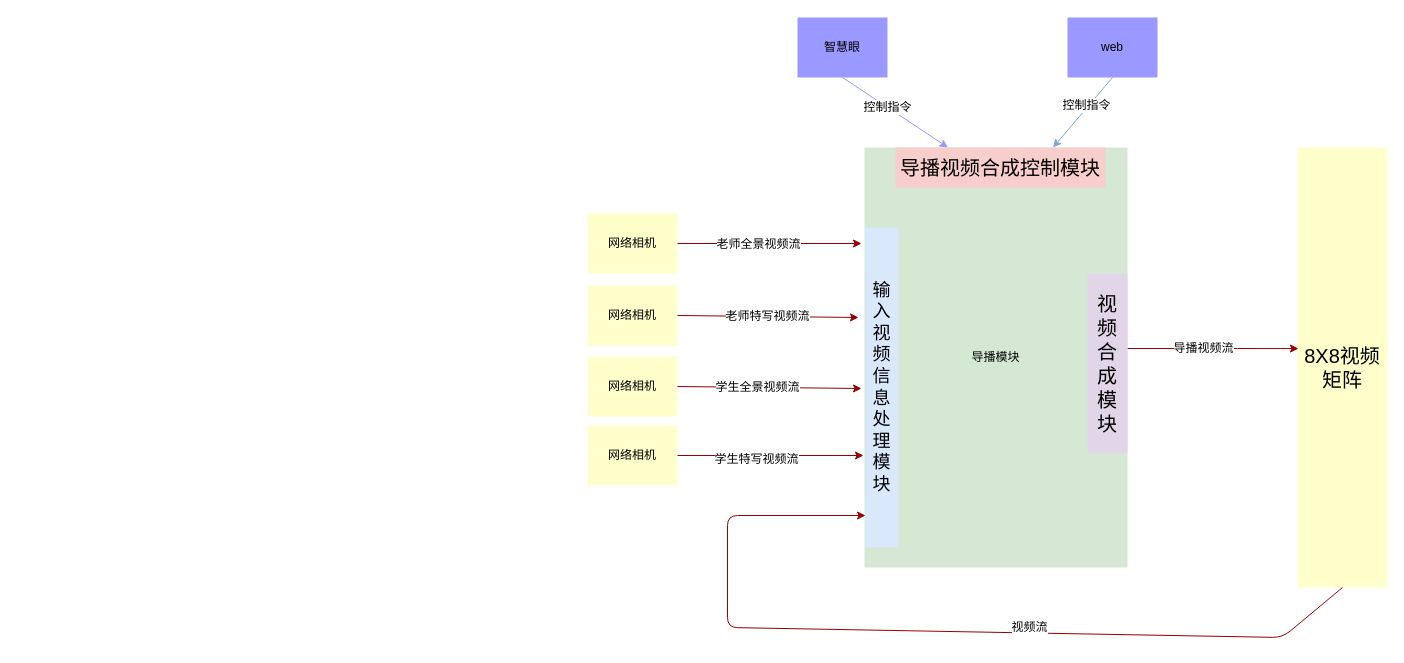
Before: 大智小慧导播工作示意图.drawio in huangPeiLc/drawio, a draw.io diagram. Source tidied: cells renumbered, new cells numbered last; positions are measured from the earlier drawing's top-left corner, leaving out a move shared by most shapes. Both pictures are drawn from the tidied source at 100%, with x=0, y=0 at pixel (361, 17).
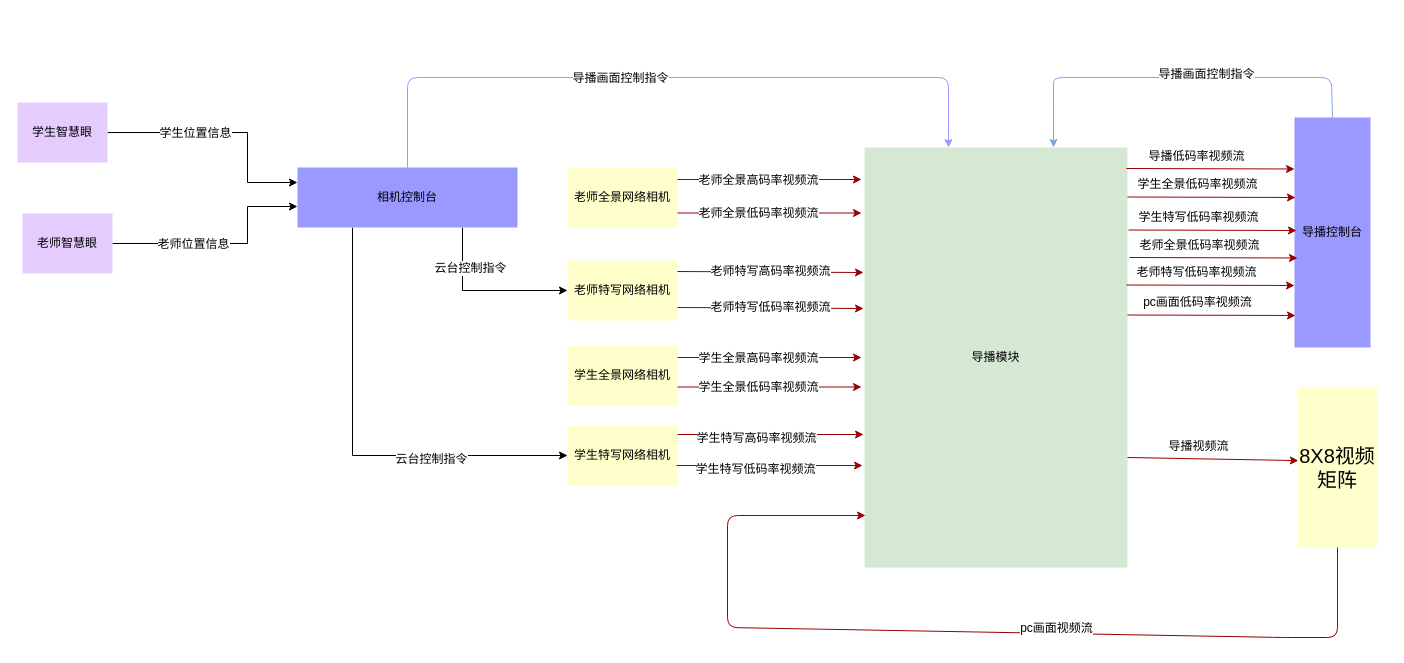
Above is the later version.

Commit message (it also covers changes not shown here):
Update 大智小慧导播工作示意图.drawio

Unchanged cells that the change refers to:
```xml
<mxCell id="2" value="导播模块" style="rounded=0;whiteSpace=wrap;strokeColor=none;strokeWidth=2;fillColor=#d5e8d4;fontStyle=0;html=1;" parent="1" vertex="1">
  <mxGeometry x="503" y="130" width="263" height="420" as="geometry" />
</mxCell>
```

The edit, as a diff of the source:
```diff
@@
-    <mxCell id="3" value="网络相机" style="whiteSpace=wrap;align=center;verticalAlign=middle;fontStyle=0;strokeWidth=3;fillColor=#FFFFCC;strokeColor=none;html=1;" parent="1" vertex="1">
-      <mxGeometry x="226" y="196" width="90" height="60" as="geometry" />
+    <mxCell id="3" value="老师全景网络相机" style="whiteSpace=wrap;align=center;verticalAlign=middle;fontStyle=0;strokeWidth=3;fillColor=#FFFFCC;strokeColor=none;html=1;" parent="1" vertex="1">
+      <mxGeometry x="206" y="150" width="110" height="60" as="geometry" />
     </mxCell>
-    <mxCell id="4" style="endArrow=classic;exitX=1;exitY=0.5;exitDx=0;exitDy=0;strokeColor=#990000;fontStyle=0;html=1;" parent="1" edge="1" source="3">
+    <mxCell id="4" style="endArrow=classic;exitX=1;exitY=0.5;exitDx=0;exitDy=0;strokeColor=#990000;fontStyle=0;html=1;" parent="1" edge="1">
       <mxGeometry relative="1" as="geometry">
-        <mxPoint x="500" y="226" as="targetPoint" />
+        <mxPoint x="316" y="162" as="sourcePoint" />
+        <mxPoint x="500" y="162" as="targetPoint" />
       </mxGeometry>
     </mxCell>
-    <mxCell id="5" value="老师全景视频流" style="text;html=1;align=center;verticalAlign=middle;labelBackgroundColor=#ffffff;" parent="4" vertex="1">
+    <mxCell id="5" value="老师全景高码率视频流" style="text;html=1;align=center;verticalAlign=middle;labelBackgroundColor=#ffffff;" parent="4" vertex="1">
       <mxGeometry x="-0.14" y="-2" relative="1" as="geometry">
         <mxPoint x="1" y="-2" as="offset" />
       </mxGeometry>
     </mxCell>
@@
-    <mxCell id="7" value="网络相机" style="whiteSpace=wrap;align=center;verticalAlign=middle;fontStyle=0;strokeWidth=3;fillColor=#FFFFCC;strokeColor=none;html=1;" parent="1" vertex="1">
-      <mxGeometry x="226" y="268" width="90" height="60" as="geometry" />
+    <mxCell id="7" value="老师特写网络相机" style="whiteSpace=wrap;align=center;verticalAlign=middle;fontStyle=0;strokeWidth=3;fillColor=#FFFFCC;strokeColor=none;html=1;" parent="1" vertex="1">
+      <mxGeometry x="206" y="243" width="110" height="60" as="geometry" />
     </mxCell>
-    <mxCell id="8" style="endArrow=classic;entryX=-0.022;entryY=0.269;entryDx=0;entryDy=0;exitX=1;exitY=0.5;exitDx=0;exitDy=0;strokeColor=#990000;entryPerimeter=0;fontStyle=0;html=1;" parent="1" edge="1" source="7">
+    <mxCell id="8" style="endArrow=classic;entryX=-0.004;entryY=0.343;entryDx=0;entryDy=0;exitX=1;exitY=0.5;exitDx=0;exitDy=0;strokeColor=#990000;entryPerimeter=0;fontStyle=0;html=1;" parent="1" edge="1">
       <mxGeometry relative="1" as="geometry">
-        <mxPoint x="497" y="300" as="targetPoint" />
+        <mxPoint x="316" y="254" as="sourcePoint" />
+        <mxPoint x="502" y="255" as="targetPoint" />
       </mxGeometry>
     </mxCell>
-    <mxCell id="9" value="老师特写视频流" style="text;html=1;align=center;verticalAlign=middle;labelBackgroundColor=#ffffff;" parent="8" vertex="1">
+    <mxCell id="9" value="老师特写高码率视频流" style="text;html=1;align=center;verticalAlign=middle;labelBackgroundColor=#ffffff;" parent="8" vertex="1">
       <mxGeometry x="0.22" y="-2" relative="1" as="geometry">
         <mxPoint x="-20" y="-3" as="offset" />
       </mxGeometry>
     </mxCell>
-    <mxCell id="10" value="网络相机" style="whiteSpace=wrap;align=center;verticalAlign=middle;fontStyle=0;strokeWidth=3;fillColor=#FFFFCC;strokeColor=none;html=1;" parent="1" vertex="1">
-      <mxGeometry x="226" y="339" width="90" height="60" as="geometry" />
+    <mxCell id="10" value="学生全景网络相机" style="whiteSpace=wrap;align=center;verticalAlign=middle;fontStyle=0;strokeWidth=3;fillColor=#FFFFCC;strokeColor=none;html=1;" parent="1" vertex="1">
+      <mxGeometry x="206" y="328" width="110" height="60" as="geometry" />
     </mxCell>
-    <mxCell id="11" style="endArrow=classic;entryX=-0.011;entryY=0.467;entryDx=0;entryDy=0;exitX=1;exitY=0.5;exitDx=0;exitDy=0;strokeColor=#990000;entryPerimeter=0;fontStyle=0;html=1;" parent="1" edge="1" source="10">
+    <mxCell id="11" style="endArrow=classic;exitX=1;exitY=0.5;exitDx=0;exitDy=0;strokeColor=#990000;fontStyle=0;html=1;" parent="1" edge="1">
       <mxGeometry relative="1" as="geometry">
-        <mxPoint x="500" y="371" as="targetPoint" />
+        <mxPoint x="316" y="340" as="sourcePoint" />
+        <mxPoint x="500" y="340" as="targetPoint" />
       </mxGeometry>
     </mxCell>
@@
-    <mxCell id="13" value="学生全景视频流" style="text;html=1;align=center;verticalAlign=middle;labelBackgroundColor=#ffffff;" parent="11" vertex="1">
+    <mxCell id="13" value="学生全景高码率视频流" style="text;html=1;align=center;verticalAlign=middle;labelBackgroundColor=#ffffff;" parent="11" vertex="1">
       <mxGeometry x="-0.13" relative="1" as="geometry" />
     </mxCell>
-    <mxCell id="14" value="网络相机" style="whiteSpace=wrap;align=center;verticalAlign=middle;fontStyle=0;strokeWidth=3;fillColor=#FFFFCC;strokeColor=none;html=1;" parent="1" vertex="1">
-      <mxGeometry x="226" y="408" width="90" height="60" as="geometry" />
+    <mxCell id="14" value="学生特写网络相机" style="whiteSpace=wrap;align=center;verticalAlign=middle;fontStyle=0;strokeWidth=3;fillColor=#FFFFCC;strokeColor=none;html=1;" parent="1" vertex="1">
+      <mxGeometry x="206" y="408" width="110" height="60" as="geometry" />
     </mxCell>
-    <mxCell id="15" style="endArrow=classic;exitX=1;exitY=0.5;exitDx=0;exitDy=0;strokeColor=#990000;fontStyle=0;html=1;" parent="1" edge="1" source="14">
+    <mxCell id="15" style="endArrow=classic;exitX=1;exitY=0.5;exitDx=0;exitDy=0;strokeColor=#990000;fontStyle=0;html=1;" parent="1" edge="1">
       <mxGeometry relative="1" as="geometry">
-        <mxPoint x="502" y="438" as="targetPoint" />
+        <mxPoint x="316" y="417" as="sourcePoint" />
+        <mxPoint x="502" y="417" as="targetPoint" />
       </mxGeometry>
     </mxCell>
-    <mxCell id="16" value="学生特写视频流" style="text;html=1;align=center;verticalAlign=middle;labelBackgroundColor=#ffffff;" parent="15" vertex="1">
+    <mxCell id="16" value="学生特写高码率视频流" style="text;html=1;align=center;verticalAlign=middle;labelBackgroundColor=#ffffff;" parent="15" vertex="1">
       <mxGeometry x="-0.16" y="-3" relative="1" as="geometry" />
     </mxCell>
     <mxCell id="17" value="8X8视频矩阵" style="whiteSpace=wrap;align=center;verticalAlign=middle;fontStyle=0;strokeWidth=3;fillColor=#FFFFCC;strokeColor=none;html=1;fontSize=20;" parent="1" vertex="1">
-      <mxGeometry x="936" y="130" width="90" height="440" as="geometry" />
+      <mxGeometry x="936" y="370" width="80" height="160" as="geometry" />
     </mxCell>
     <mxCell id="18" style="endArrow=classic;entryX=0.011;entryY=0.457;entryDx=0;entryDy=0;strokeColor=#990000;entryPerimeter=0;fontStyle=0;html=1;" parent="1" edge="1" target="17">
       <mxGeometry relative="1" as="geometry">
-        <mxPoint x="766" y="331" as="sourcePoint" />
-        <Array as="points">
-          <mxPoint x="866" y="331" />
-        </Array>
+        <mxPoint x="766" y="440" as="sourcePoint" />
       </mxGeometry>
     </mxCell>
     <mxCell id="19" value="导播视频流" style="text;html=1;align=center;verticalAlign=middle;labelBackgroundColor=#ffffff;" parent="18" vertex="1">
       <mxGeometry x="-0.35" y="-2" relative="1" as="geometry">
-        <mxPoint x="19" y="-3" as="offset" />
+        <mxPoint x="14.5" y="-15" as="offset" />
       </mxGeometry>
     </mxCell>
-    <mxCell id="20" style="endArrow=classic;exitX=0.5;exitY=1;exitDx=0;exitDy=0;strokeColor=#990000;entryX=0;entryY=0.9;entryDx=0;entryDy=0;fontStyle=0;html=1;entryPerimeter=0;" parent="1" edge="1" source="17" target="22">
+    <mxCell id="20" style="endArrow=classic;exitX=0.5;exitY=1;exitDx=0;exitDy=0;strokeColor=#990000;entryX=0;entryY=0.9;entryDx=0;entryDy=0;fontStyle=0;html=1;entryPerimeter=0;" parent="1" edge="1" source="17">
       <mxGeometry relative="1" as="geometry">
+        <mxPoint x="504" y="498" as="targetPoint" />
         <Array as="points">
+          <mxPoint x="976" y="620" />
           <mxPoint x="921" y="620" />
           <mxPoint x="366" y="610" />
           <mxPoint x="366" y="498" />
         </Array>
       </mxGeometry>
     </mxCell>
-    <mxCell id="21" value="视频流" style="text;html=1;align=center;verticalAlign=middle;labelBackgroundColor=#ffffff;" parent="20" vertex="1">
+    <mxCell id="21" value="pc画面视频流" style="text;html=1;align=center;verticalAlign=middle;labelBackgroundColor=#ffffff;" parent="20" vertex="1">
       <mxGeometry x="0.19" y="-1" relative="1" as="geometry">
         <mxPoint x="193" y="-1" as="offset" />
       </mxGeometry>
     </mxCell>
-    <mxCell id="22" value="&lt;font style=&quot;font-size: 18px&quot;&gt;输入视频信息处理模块&lt;/font&gt;" style="rounded=0;whiteSpace=wrap;strokeColor=none;strokeWidth=2;dashed=1;fillColor=#dae8fc;fontStyle=0;html=1;" parent="1" vertex="1">
-      <mxGeometry x="504" y="210" width="33" height="320" as="geometry" />
-    </mxCell>
-    <mxCell id="23" value="导播视频合成控制模块" style="rounded=0;whiteSpace=wrap;strokeColor=none;strokeWidth=2;fillColor=#f8cecc;fontStyle=0;html=1;fontSize=20;" parent="1" vertex="1">
-      <mxGeometry x="534" y="130" width="210" height="40" as="geometry" />
-    </mxCell>
-    <mxCell id="24" value="视频合成模块" style="rounded=0;whiteSpace=wrap;strokeColor=none;strokeWidth=2;fillColor=#e1d5e7;fontStyle=0;html=1;fontSize=20;" parent="1" vertex="1">
-      <mxGeometry x="726" y="256" width="40" height="180" as="geometry" />
-    </mxCell>
+    <mxCell id="31" style="edgeStyle=orthogonalEdgeStyle;rounded=0;jettySize=auto;html=1;exitX=0.75;exitY=1;exitDx=0;exitDy=0;entryX=0;entryY=0.5;entryDx=0;entryDy=0;fontSize=20;" parent="1" edge="1" source="25" target="7">
+      <mxGeometry relative="1" as="geometry" />
+    </mxCell>
+    <mxCell id="32" value="云台控制指令" style="text;html=1;align=center;verticalAlign=middle;labelBackgroundColor=#ffffff;fontSize=12;" parent="31" vertex="1">
+      <mxGeometry x="0.24" y="24" relative="1" as="geometry">
+        <mxPoint x="-34" y="1" as="offset" />
+      </mxGeometry>
+    </mxCell>
+    <mxCell id="33" style="edgeStyle=orthogonalEdgeStyle;rounded=0;jettySize=auto;html=1;exitX=0.25;exitY=1;exitDx=0;exitDy=0;entryX=0;entryY=0.5;entryDx=0;entryDy=0;fontSize=20;" parent="1" edge="1" source="25" target="14">
+      <mxGeometry relative="1" as="geometry" />
+    </mxCell>
+    <mxCell id="34" value="云台控制指令" style="text;html=1;align=center;verticalAlign=middle;labelBackgroundColor=#ffffff;fontSize=12;" parent="33" vertex="1">
+      <mxGeometry x="0.25" y="29" relative="1" as="geometry">
+        <mxPoint x="29" y="32" as="offset" />
+      </mxGeometry>
+    </mxCell>
-    <mxCell id="25" value="智慧眼" style="whiteSpace=wrap;align=center;verticalAlign=middle;fontStyle=0;strokeWidth=3;fillColor=#9999FF;strokeColor=none;html=1;" parent="1" vertex="1">
-      <mxGeometry x="436" width="90" height="60" as="geometry" />
+    <mxCell id="25" value="相机控制台" style="whiteSpace=wrap;align=center;verticalAlign=middle;fontStyle=0;strokeWidth=3;fillColor=#9999FF;strokeColor=none;html=1;" parent="1" vertex="1">
+      <mxGeometry x="-64" y="150" width="220" height="60" as="geometry" />
     </mxCell>
-    <mxCell id="26" value="web" style="whiteSpace=wrap;align=center;verticalAlign=middle;fontStyle=0;strokeWidth=3;fillColor=#9999FF;strokeColor=none;html=1;" parent="1" vertex="1">
-      <mxGeometry x="706" width="90" height="60" as="geometry" />
+    <mxCell id="26" value="导播控制台" style="whiteSpace=wrap;align=center;verticalAlign=middle;fontStyle=0;strokeWidth=3;fillColor=#9999FF;strokeColor=none;html=1;" parent="1" vertex="1">
+      <mxGeometry x="933" y="100" width="76" height="230" as="geometry" />
     </mxCell>
-    <mxCell id="27" style="endArrow=classic;exitX=0.5;exitY=1;exitDx=0;exitDy=0;strokeColor=#9999FF;fontStyle=0;html=1;entryX=0.25;entryY=0;entryDx=0;entryDy=0;" parent="1" edge="1" source="25" target="23">
-      <mxGeometry relative="1" as="geometry" />
+    <mxCell id="27" style="endArrow=classic;strokeColor=#9999FF;fontStyle=0;html=1;entryX=0.25;entryY=0;entryDx=0;entryDy=0;exitX=0.5;exitY=0;exitDx=0;exitDy=0;" parent="1" edge="1" source="25">
+      <mxGeometry relative="1" as="geometry">
+        <mxPoint x="587" y="130" as="targetPoint" />
+        <Array as="points">
+          <mxPoint x="46" y="60" />
+          <mxPoint x="587" y="60" />
+        </Array>
+      </mxGeometry>
     </mxCell>
-    <mxCell id="28" value="控制指令" style="text;html=1;align=center;verticalAlign=middle;labelBackgroundColor=#ffffff;" parent="27" vertex="1">
+    <mxCell id="28" value="导播画面控制指令" style="text;html=1;align=center;verticalAlign=middle;labelBackgroundColor=#ffffff;" parent="27" vertex="1">
       <mxGeometry x="-0.14" y="-2" relative="1" as="geometry">
         <mxPoint x="1" y="-2" as="offset" />
       </mxGeometry>
     </mxCell>
-    <mxCell id="29" style="endArrow=classic;exitX=0.5;exitY=1;exitDx=0;exitDy=0;strokeColor=#7EA6E0;fontStyle=0;html=1;entryX=0.75;entryY=0;entryDx=0;entryDy=0;" parent="1" edge="1" source="26" target="23">
-      <mxGeometry relative="1" as="geometry" />
+    <mxCell id="29" style="endArrow=classic;exitX=0.5;exitY=0;exitDx=0;exitDy=0;strokeColor=#7EA6E0;fontStyle=0;html=1;entryX=0.75;entryY=0;entryDx=0;entryDy=0;" parent="1" edge="1" source="26">
+      <mxGeometry relative="1" as="geometry">
+        <mxPoint x="692" y="130" as="targetPoint" />
+        <Array as="points">
+          <mxPoint x="970" y="60" />
+          <mxPoint x="766" y="60" />
+          <mxPoint x="692" y="60" />
+          <mxPoint x="692" y="70" />
+        </Array>
+      </mxGeometry>
     </mxCell>
-    <mxCell id="30" value="控制指令" style="text;html=1;align=center;verticalAlign=middle;labelBackgroundColor=#ffffff;" parent="29" vertex="1">
+    <mxCell id="30" value="导播画面控制指令" style="text;html=1;align=center;verticalAlign=middle;labelBackgroundColor=#ffffff;" parent="29" vertex="1">
       <mxGeometry x="-0.14" y="-2" relative="1" as="geometry">
         <mxPoint x="1" y="-2" as="offset" />
       </mxGeometry>
     </mxCell>
+    <mxCell id="35" style="edgeStyle=orthogonalEdgeStyle;rounded=0;jettySize=auto;html=1;exitX=1;exitY=0.5;exitDx=0;exitDy=0;entryX=0;entryY=0.25;entryDx=0;entryDy=0;fontSize=20;" parent="1" edge="1" source="37" target="25">
+      <mxGeometry relative="1" as="geometry">
+        <Array as="points">
+          <mxPoint x="-114" y="115" />
+          <mxPoint x="-114" y="165" />
+        </Array>
+      </mxGeometry>
+    </mxCell>
+    <mxCell id="36" value="学生位置信息" style="text;html=1;align=center;verticalAlign=middle;labelBackgroundColor=#ffffff;fontSize=12;" parent="35" vertex="1">
+      <mxGeometry x="-0.52" y="1" relative="1" as="geometry">
+        <mxPoint x="29" y="1" as="offset" />
+      </mxGeometry>
+    </mxCell>
+    <mxCell id="37" value="学生智慧眼" style="whiteSpace=wrap;align=center;verticalAlign=middle;fontStyle=0;strokeWidth=3;fillColor=#E5CCFF;strokeColor=none;html=1;" parent="1" vertex="1">
+      <mxGeometry x="-344" y="85" width="90" height="60" as="geometry" />
+    </mxCell>
+    <mxCell id="38" style="edgeStyle=orthogonalEdgeStyle;rounded=0;jettySize=auto;html=1;exitX=1;exitY=0.5;exitDx=0;exitDy=0;entryX=0;entryY=0.65;entryDx=0;entryDy=0;entryPerimeter=0;fontSize=20;" parent="1" edge="1" source="40" target="25">
+      <mxGeometry relative="1" as="geometry">
+        <Array as="points">
+          <mxPoint x="-114" y="226" />
+          <mxPoint x="-114" y="189" />
+        </Array>
+      </mxGeometry>
+    </mxCell>
+    <mxCell id="39" value="老师位置信息" style="text;html=1;align=center;verticalAlign=middle;labelBackgroundColor=#ffffff;fontSize=12;" parent="38" vertex="1">
+      <mxGeometry x="-0.25" y="-2" relative="1" as="geometry">
+        <mxPoint x="-3" y="-2" as="offset" />
+      </mxGeometry>
+    </mxCell>
+    <mxCell id="40" value="老师智慧眼" style="whiteSpace=wrap;align=center;verticalAlign=middle;fontStyle=0;strokeWidth=3;fillColor=#E5CCFF;strokeColor=none;html=1;" parent="1" vertex="1">
+      <mxGeometry x="-339" y="196" width="90" height="60" as="geometry" />
+    </mxCell>
+    <mxCell id="41" style="endArrow=classic;entryX=0.011;entryY=0.457;entryDx=0;entryDy=0;strokeColor=#990000;entryPerimeter=0;fontStyle=0;html=1;exitX=0.996;exitY=0.05;exitDx=0;exitDy=0;exitPerimeter=0;" parent="1" edge="1" source="2">
+      <mxGeometry relative="1" as="geometry">
+        <mxPoint x="933" y="151.5" as="targetPoint" />
+      </mxGeometry>
+    </mxCell>
+    <mxCell id="42" value="导播低码率视频流" style="text;html=1;align=center;verticalAlign=middle;labelBackgroundColor=#ffffff;" parent="41" vertex="1">
+      <mxGeometry x="-0.35" y="-2" relative="1" as="geometry">
+        <mxPoint x="14.5" y="-15" as="offset" />
+      </mxGeometry>
+    </mxCell>
+    <mxCell id="43" style="endArrow=classic;entryX=0.011;entryY=0.457;entryDx=0;entryDy=0;strokeColor=#990000;entryPerimeter=0;fontStyle=0;html=1;exitX=0.996;exitY=0.05;exitDx=0;exitDy=0;exitPerimeter=0;" parent="1" edge="1">
+      <mxGeometry relative="1" as="geometry">
+        <mxPoint x="766" y="179.5" as="sourcePoint" />
+        <mxPoint x="934" y="180" as="targetPoint" />
+      </mxGeometry>
+    </mxCell>
+    <mxCell id="44" value="学生全景低码率视频流" style="text;html=1;align=center;verticalAlign=middle;labelBackgroundColor=#ffffff;" parent="43" vertex="1">
+      <mxGeometry x="-0.35" y="-2" relative="1" as="geometry">
+        <mxPoint x="14.5" y="-15" as="offset" />
+      </mxGeometry>
+    </mxCell>
+    <mxCell id="45" style="endArrow=classic;entryX=0.011;entryY=0.457;entryDx=0;entryDy=0;strokeColor=#990000;entryPerimeter=0;fontStyle=0;html=1;exitX=0.996;exitY=0.05;exitDx=0;exitDy=0;exitPerimeter=0;" parent="1" edge="1">
+      <mxGeometry relative="1" as="geometry">
+        <mxPoint x="767" y="212.5" as="sourcePoint" />
+        <mxPoint x="935" y="213" as="targetPoint" />
+      </mxGeometry>
+    </mxCell>
+    <mxCell id="46" value="学生特写低码率视频流" style="text;html=1;align=center;verticalAlign=middle;labelBackgroundColor=#ffffff;" parent="45" vertex="1">
+      <mxGeometry x="-0.35" y="-2" relative="1" as="geometry">
+        <mxPoint x="14.5" y="-15" as="offset" />
+      </mxGeometry>
+    </mxCell>
+    <mxCell id="47" style="endArrow=classic;entryX=0.011;entryY=0.457;entryDx=0;entryDy=0;strokeColor=#990000;entryPerimeter=0;fontStyle=0;html=1;exitX=0.996;exitY=0.05;exitDx=0;exitDy=0;exitPerimeter=0;" parent="1" edge="1">
+      <mxGeometry relative="1" as="geometry">
+        <mxPoint x="768" y="240" as="sourcePoint" />
+        <mxPoint x="936" y="240.5" as="targetPoint" />
+      </mxGeometry>
+    </mxCell>
+    <mxCell id="48" value="老师全景低码率视频流" style="text;html=1;align=center;verticalAlign=middle;labelBackgroundColor=#ffffff;" parent="47" vertex="1">
+      <mxGeometry x="-0.35" y="-2" relative="1" as="geometry">
+        <mxPoint x="14.5" y="-15" as="offset" />
+      </mxGeometry>
+    </mxCell>
+    <mxCell id="49" style="endArrow=classic;entryX=0.011;entryY=0.457;entryDx=0;entryDy=0;strokeColor=#990000;entryPerimeter=0;fontStyle=0;html=1;exitX=0.996;exitY=0.05;exitDx=0;exitDy=0;exitPerimeter=0;" parent="1" edge="1">
+      <mxGeometry relative="1" as="geometry">
+        <mxPoint x="765" y="267.5" as="sourcePoint" />
+        <mxPoint x="933" y="268" as="targetPoint" />
+      </mxGeometry>
+    </mxCell>
+    <mxCell id="50" value="老师特写低码率视频流" style="text;html=1;align=center;verticalAlign=middle;labelBackgroundColor=#ffffff;" parent="49" vertex="1">
+      <mxGeometry x="-0.35" y="-2" relative="1" as="geometry">
+        <mxPoint x="14.5" y="-15" as="offset" />
+      </mxGeometry>
+    </mxCell>
+    <mxCell id="51" style="endArrow=classic;entryX=0.011;entryY=0.457;entryDx=0;entryDy=0;strokeColor=#990000;entryPerimeter=0;fontStyle=0;html=1;exitX=0.996;exitY=0.05;exitDx=0;exitDy=0;exitPerimeter=0;" parent="1" edge="1">
+      <mxGeometry relative="1" as="geometry">
+        <mxPoint x="766" y="297.5" as="sourcePoint" />
+        <mxPoint x="934" y="298" as="targetPoint" />
+      </mxGeometry>
+    </mxCell>
+    <mxCell id="52" value="pc画面低码率视频流" style="text;html=1;align=center;verticalAlign=middle;labelBackgroundColor=#ffffff;" parent="51" vertex="1">
+      <mxGeometry x="-0.35" y="-2" relative="1" as="geometry">
+        <mxPoint x="14.5" y="-15" as="offset" />
+      </mxGeometry>
+    </mxCell>
+    <mxCell id="53" style="endArrow=classic;exitX=1;exitY=0.5;exitDx=0;exitDy=0;strokeColor=#990000;fontStyle=0;html=1;" parent="1" edge="1">
+      <mxGeometry relative="1" as="geometry">
+        <mxPoint x="316" y="195.5" as="sourcePoint" />
+        <mxPoint x="500" y="195.5" as="targetPoint" />
+      </mxGeometry>
+    </mxCell>
+    <mxCell id="54" value="老师全景低码率视频流" style="text;html=1;align=center;verticalAlign=middle;labelBackgroundColor=#ffffff;" parent="53" vertex="1">
+      <mxGeometry x="-0.14" y="-2" relative="1" as="geometry">
+        <mxPoint x="1" y="-2" as="offset" />
+      </mxGeometry>
+    </mxCell>
+    <mxCell id="55" style="endArrow=classic;entryX=-0.004;entryY=0.343;entryDx=0;entryDy=0;exitX=1;exitY=0.5;exitDx=0;exitDy=0;strokeColor=#990000;entryPerimeter=0;fontStyle=0;html=1;" parent="1" edge="1">
+      <mxGeometry relative="1" as="geometry">
+        <mxPoint x="316" y="290" as="sourcePoint" />
+        <mxPoint x="502" y="291" as="targetPoint" />
+      </mxGeometry>
+    </mxCell>
+    <mxCell id="56" value="老师特写低码率视频流" style="text;html=1;align=center;verticalAlign=middle;labelBackgroundColor=#ffffff;" parent="55" vertex="1">
+      <mxGeometry x="0.22" y="-2" relative="1" as="geometry">
+        <mxPoint x="-20" y="-3" as="offset" />
+      </mxGeometry>
+    </mxCell>
+    <mxCell id="57" style="endArrow=classic;exitX=1;exitY=0.5;exitDx=0;exitDy=0;strokeColor=#990000;fontStyle=0;html=1;" parent="1" edge="1">
+      <mxGeometry relative="1" as="geometry">
+        <mxPoint x="316" y="369.5" as="sourcePoint" />
+        <mxPoint x="500" y="369.5" as="targetPoint" />
+      </mxGeometry>
+    </mxCell>
+    <mxCell id="58" style="text;html=1;align=center;verticalAlign=middle;labelBackgroundColor=#ffffff;" parent="57" vertex="1">
+      <mxGeometry x="-0.12" y="-2" relative="1" as="geometry" />
+    </mxCell>
+    <mxCell id="59" value="学生全景低码率视频流" style="text;html=1;align=center;verticalAlign=middle;labelBackgroundColor=#ffffff;" parent="57" vertex="1">
+      <mxGeometry x="-0.13" relative="1" as="geometry" />
+    </mxCell>
+    <mxCell id="60" style="endArrow=classic;exitX=1;exitY=0.5;exitDx=0;exitDy=0;strokeColor=#990000;fontStyle=0;html=1;" parent="1" edge="1">
+      <mxGeometry relative="1" as="geometry">
+        <mxPoint x="315" y="448" as="sourcePoint" />
+        <mxPoint x="501" y="448" as="targetPoint" />
+      </mxGeometry>
+    </mxCell>
+    <mxCell id="61" value="学生特写低码率视频流" style="text;html=1;align=center;verticalAlign=middle;labelBackgroundColor=#ffffff;" parent="60" vertex="1">
+      <mxGeometry x="-0.16" y="-3" relative="1" as="geometry" />
+    </mxCell>
```
